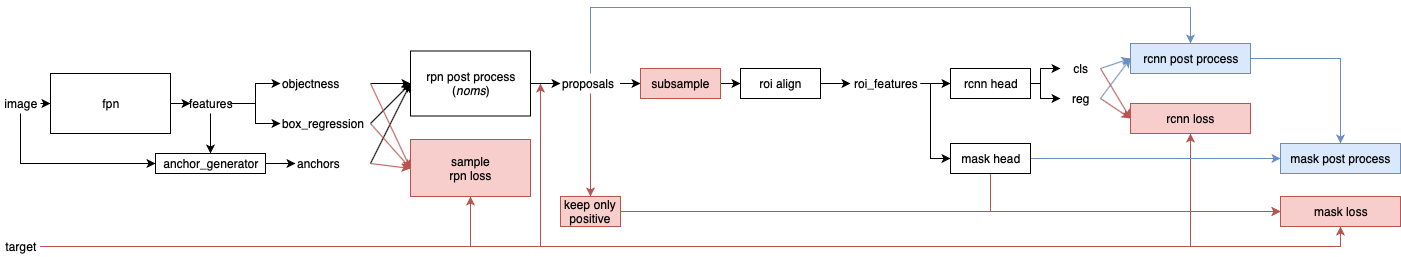
Earlier version of the draw.io export images/2019-02-17-maskrcnn-benchmark-0/maskrcnn-benchmark.png (jianglin314/gathierry.github.io). Source tidied: cells renumbered, new cells last; positions are measured from the earlier drawing's top-left corner, leaving out a move shared by most shapes.
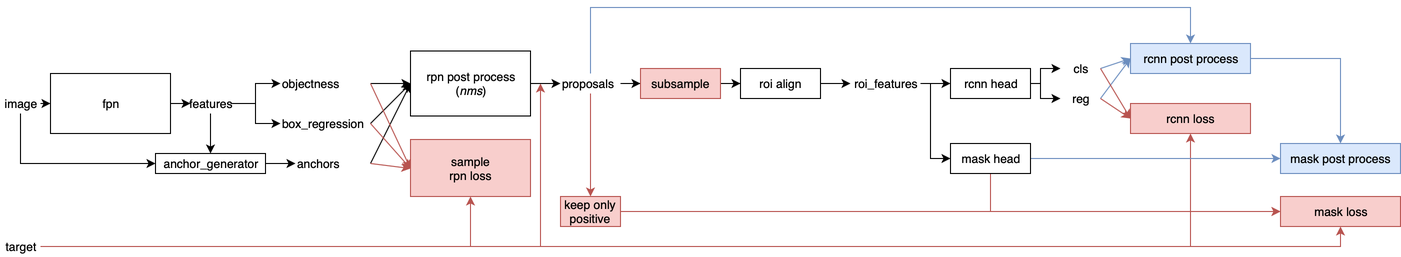
The same diagram one commit later.

The edit, as a diff of the source:
```diff
@@ -66,7 +66,7 @@
     <mxCell id="21" style="edgeStyle=orthogonalEdgeStyle;rounded=0;html=1;entryX=0;entryY=0.5;entryDx=0;entryDy=0;jettySize=auto;" parent="1" edge="1" source="22" target="26">
       <mxGeometry relative="1" as="geometry" />
     </mxCell>
-    <mxCell id="22" value="rpn post process&lt;br&gt;(&lt;i&gt;noms&lt;/i&gt;)&lt;br&gt;" style="rounded=0;whiteSpace=wrap;html=1;align=center;" parent="1" vertex="1">
+    <mxCell id="22" value="rpn post process&lt;br&gt;(&lt;i&gt;nms&lt;/i&gt;)&lt;br&gt;" style="rounded=0;whiteSpace=wrap;html=1;align=center;" parent="1" vertex="1">
       <mxGeometry x="410" y="43.5" width="120" height="65" as="geometry" />
     </mxCell>
     <mxCell id="23" style="edgeStyle=orthogonalEdgeStyle;rounded=0;html=1;jettySize=auto;" parent="1" edge="1" source="26" target="37">
```
